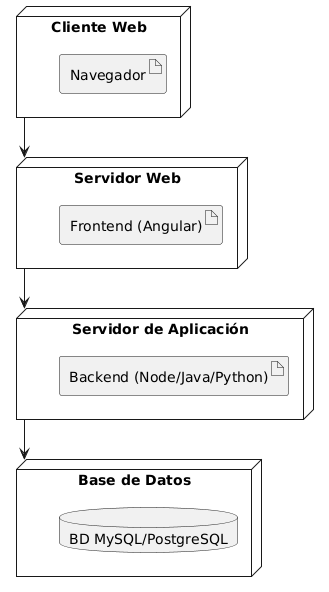
Inaryuta/Proyecto-Final-FIS keeps this PlantUML diagram as Producto/Diagramas/Diagrama_despliegue.png. Above is the earlier version.
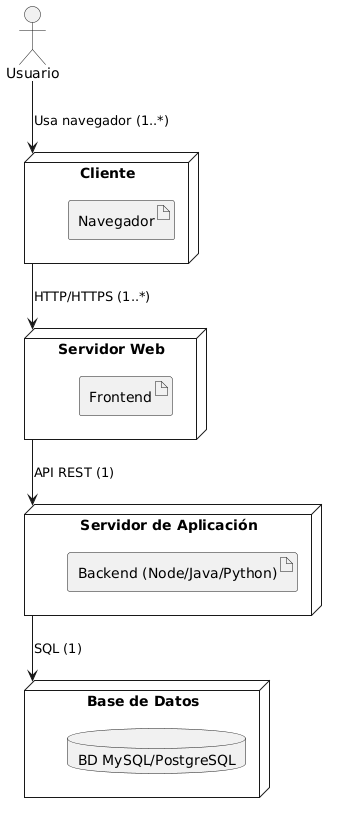
The same file after the commit.

The edit, as a diff of the source:
```diff
@@ -1,21 +1,24 @@
 @startuml
-node "Cliente Web" {
+actor Usuario
+Usuario --> Cliente : Usa navegador (1..*)
+
+node "Cliente Web" as Cliente {
     artifact "Navegador"
 }
 
-node "Servidor Web" {
-    artifact "Frontend (Angular)"
+node "Servidor Web" as WebServer {
+    artifact "Frontend"
 }
 
-node "Servidor de Aplicación" {
+node "Servidor de Aplicación" as AppServer {
     artifact "Backend (Node/Java/Python)"
 }
 
-node "Base de Datos" {
+node "Base de Datos" as DB {
     database "BD MySQL/PostgreSQL"
 }
 
-"Cliente Web" --> "Servidor Web"
-"Servidor Web" --> "Servidor de Aplicación"
-"Servidor de Aplicación" --> "Base de Datos"
+Cliente --> WebServer : HTTP/HTTPS (1..*)
+WebServer --> AppServer : API REST (1)
+AppServer --> DB : SQL (1)
 @enduml
```
